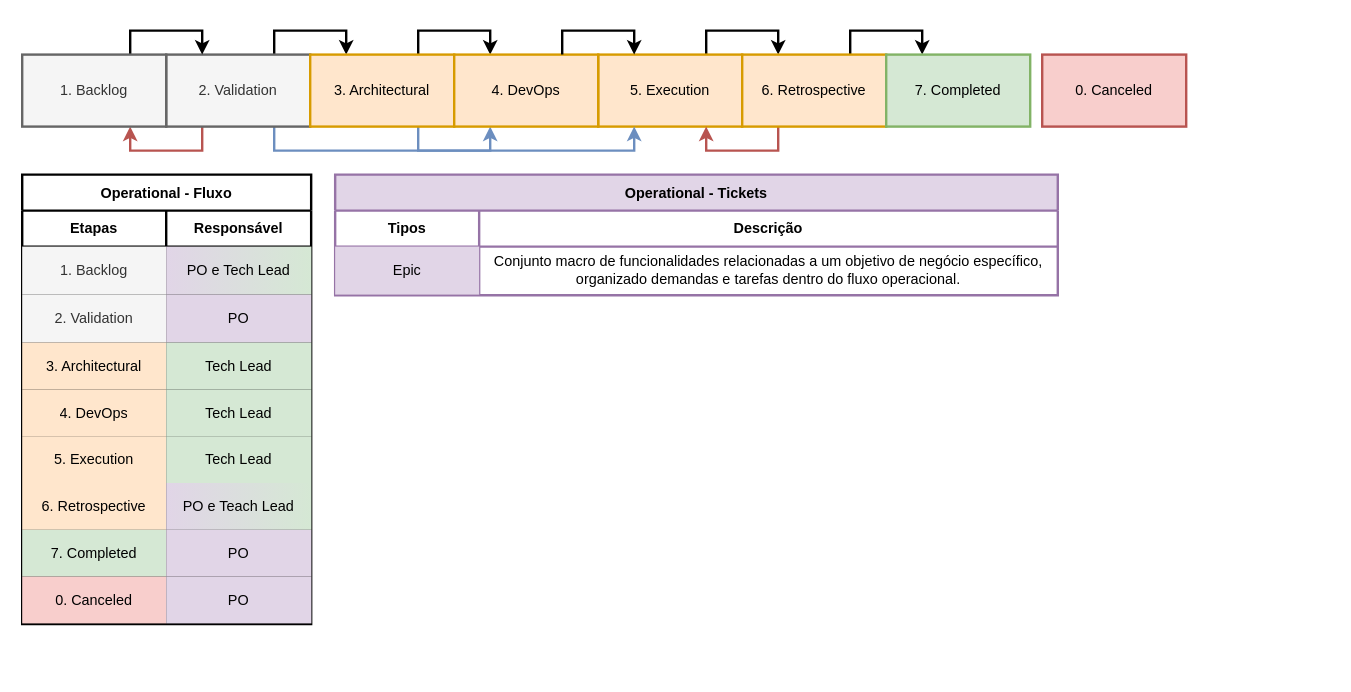
Earlier version of the draw.io diagram page "Fluxo - Operational" (4 of 8) of modelagem de processos.drawio (DimasPicinato/Metodologia-PI). Source tidied: cells renumbered, new cells numbered last; positions are measured from the earlier drawing's top-left corner, leaving out a move shared by most shapes. Both pictures are drawn from the tidied source at 120%, with x=0, y=0 at pixel (22, 54).
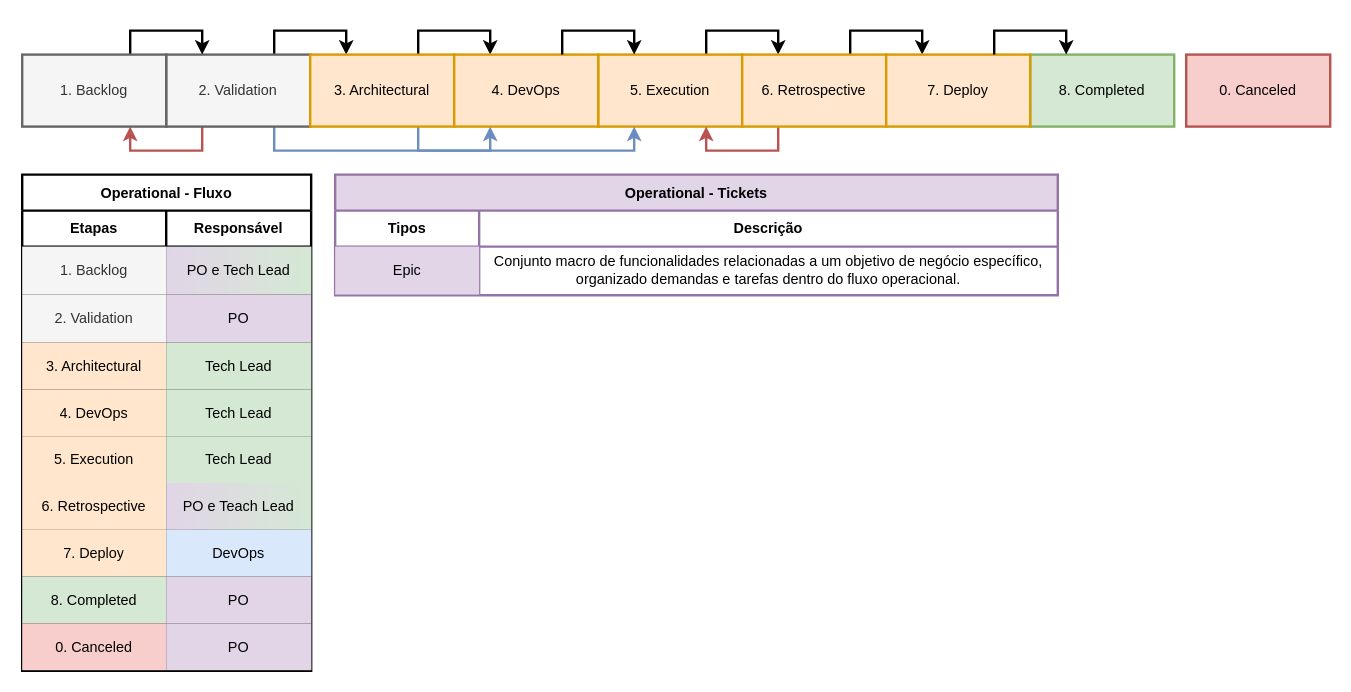
The same diagram, later.

The change refers to these unchanged cells:
```xml
<mxCell id="17" value="6. Retrospective" style="rounded=0;whiteSpace=wrap;html=1;fillColor=#ffe6cc;strokeColor=#d79b00;strokeWidth=2;" parent="1" vertex="1">
  <mxGeometry x="600" width="120" height="60" as="geometry" />
</mxCell>
```

What changed in the source:
```diff
@@
-    <mxCell id="15" style="edgeStyle=orthogonalEdgeStyle;rounded=0;jettySize=auto;html=1;exitX=0.75;exitY=0;exitDx=0;exitDy=0;entryX=0.25;entryY=0;entryDx=0;entryDy=0;strokeWidth=2;" parent="1" edge="1" source="17" target="18">
+    <mxCell id="15" style="edgeStyle=orthogonalEdgeStyle;rounded=0;jettySize=auto;html=1;exitX=0.75;exitY=0;exitDx=0;exitDy=0;entryX=0.25;entryY=0;entryDx=0;entryDy=0;strokeWidth=2;" parent="1" edge="1" source="17" target="58">
       <mxGeometry relative="1" as="geometry" />
     </mxCell>
@@
-    <mxCell id="18" value="7. Completed" style="rounded=0;whiteSpace=wrap;html=1;fillColor=#d5e8d4;strokeColor=#82b366;strokeWidth=2;" parent="1" vertex="1">
-      <mxGeometry x="720" width="120" height="60" as="geometry" />
+    <mxCell id="18" value="8. Completed" style="rounded=0;whiteSpace=wrap;html=1;fillColor=#d5e8d4;strokeColor=#82b366;strokeWidth=2;" parent="1" vertex="1">
+      <mxGeometry x="840" width="120" height="60" as="geometry" />
     </mxCell>
     <mxCell id="19" value="0. Canceled" style="rounded=0;whiteSpace=wrap;html=1;fillColor=#f8cecc;strokeColor=#b85450;strokeWidth=2;" parent="1" vertex="1">
-      <mxGeometry x="850" width="120" height="60" as="geometry" />
+      <mxGeometry x="970" width="120" height="60" as="geometry" />
     </mxCell>
@@
     <mxCell id="27" value="Operational - Fluxo" style="shape=table;startSize=30;childLayout=tableLayout;fontStyle=1;strokeWidth=2;" parent="1" vertex="1">
-      <mxGeometry y="100" width="240.8" height="374.5" as="geometry" />
+      <mxGeometry y="100" width="240.8" height="413.5" as="geometry" />
     </mxCell>
@@
+    <mxCell id="55" style="shape=tableRow;horizontal=0;startSize=0;swimlaneHead=0;swimlaneBody=0;strokeColor=inherit;top=0;left=0;bottom=0;right=0;fillColor=none;" parent="27" vertex="1">
+      <mxGeometry y="296" width="240.8" height="39" as="geometry" />
+    </mxCell>
+    <mxCell id="56" value="7. Deploy" style="shape=partialRectangle;html=1;whiteSpace=wrap;strokeColor=#d79b00;overflow=hidden;fillColor=#ffe6cc;top=0;left=0;bottom=0;right=0;" parent="55" vertex="1">
+      <mxGeometry width="120" height="39" as="geometry" />
+    </mxCell>
+    <mxCell id="57" value="DevOps" style="shape=partialRectangle;html=1;whiteSpace=wrap;strokeColor=#6c8ebf;overflow=hidden;fillColor=#dae8fc;top=0;left=0;bottom=0;right=0;gradientDirection=east;" parent="55" vertex="1">
+      <mxGeometry x="120" width="121" height="39" as="geometry" />
+    </mxCell>
     <mxCell id="49" style="shape=tableRow;horizontal=0;startSize=0;swimlaneHead=0;swimlaneBody=0;strokeColor=inherit;top=0;left=0;bottom=0;right=0;fillColor=none;" parent="27" vertex="1">
-      <mxGeometry y="296" width="240.8" height="39" as="geometry" />
+      <mxGeometry y="335" width="240.8" height="39" as="geometry" />
     </mxCell>
-    <mxCell id="50" value="7. Completed" style="shape=partialRectangle;html=1;whiteSpace=wrap;strokeColor=#82b366;overflow=hidden;fillColor=#d5e8d4;top=0;left=0;bottom=0;right=0;" parent="49" vertex="1">
+    <mxCell id="50" value="8. Completed" style="shape=partialRectangle;html=1;whiteSpace=wrap;strokeColor=#82b366;overflow=hidden;fillColor=#d5e8d4;top=0;left=0;bottom=0;right=0;" parent="49" vertex="1">
       <mxGeometry width="120" height="39" as="geometry" />
     </mxCell>
@@
     <mxCell id="52" style="shape=tableRow;horizontal=0;startSize=0;swimlaneHead=0;swimlaneBody=0;strokeColor=inherit;top=0;left=0;bottom=0;right=0;fillColor=none;" parent="27" vertex="1">
-      <mxGeometry y="335" width="240.8" height="39" as="geometry" />
+      <mxGeometry y="374" width="240.8" height="39" as="geometry" />
     </mxCell>
@@
+    <mxCell id="58" value="7. Deploy" style="rounded=0;whiteSpace=wrap;html=1;fillColor=#ffe6cc;strokeColor=#d79b00;strokeWidth=2;" parent="1" vertex="1">
+      <mxGeometry x="720" width="120" height="60" as="geometry" />
+    </mxCell>
+    <mxCell id="59" style="edgeStyle=orthogonalEdgeStyle;rounded=0;jettySize=auto;html=1;exitX=0.75;exitY=0;exitDx=0;exitDy=0;entryX=0.25;entryY=0;entryDx=0;entryDy=0;strokeWidth=2;" parent="1" edge="1" source="58" target="18">
+      <mxGeometry relative="1" as="geometry" />
+    </mxCell>
```
